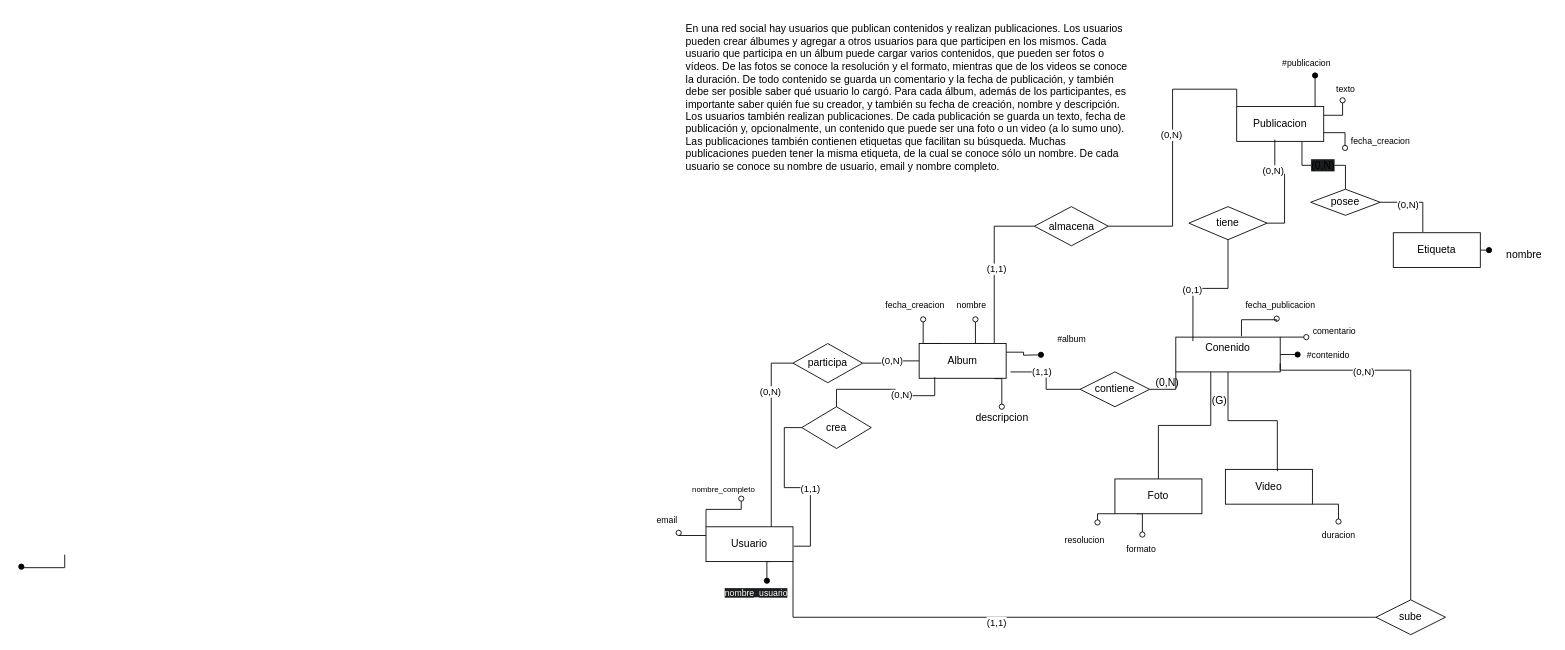
Above: Practicas-Resueltas/Practica-1/Ejercicio9Parte2.drawio in massimoparzanese/Bases-de-Datos-1-2025 (draw.io), before the change. Source tidied: cells renumbered, new cells numbered last; positions are measured from the earlier drawing's top-left corner, leaving out a move shared by most shapes. Both pictures are drawn from the tidied source at 87%, with x=0, y=0 at pixel (21, 15).
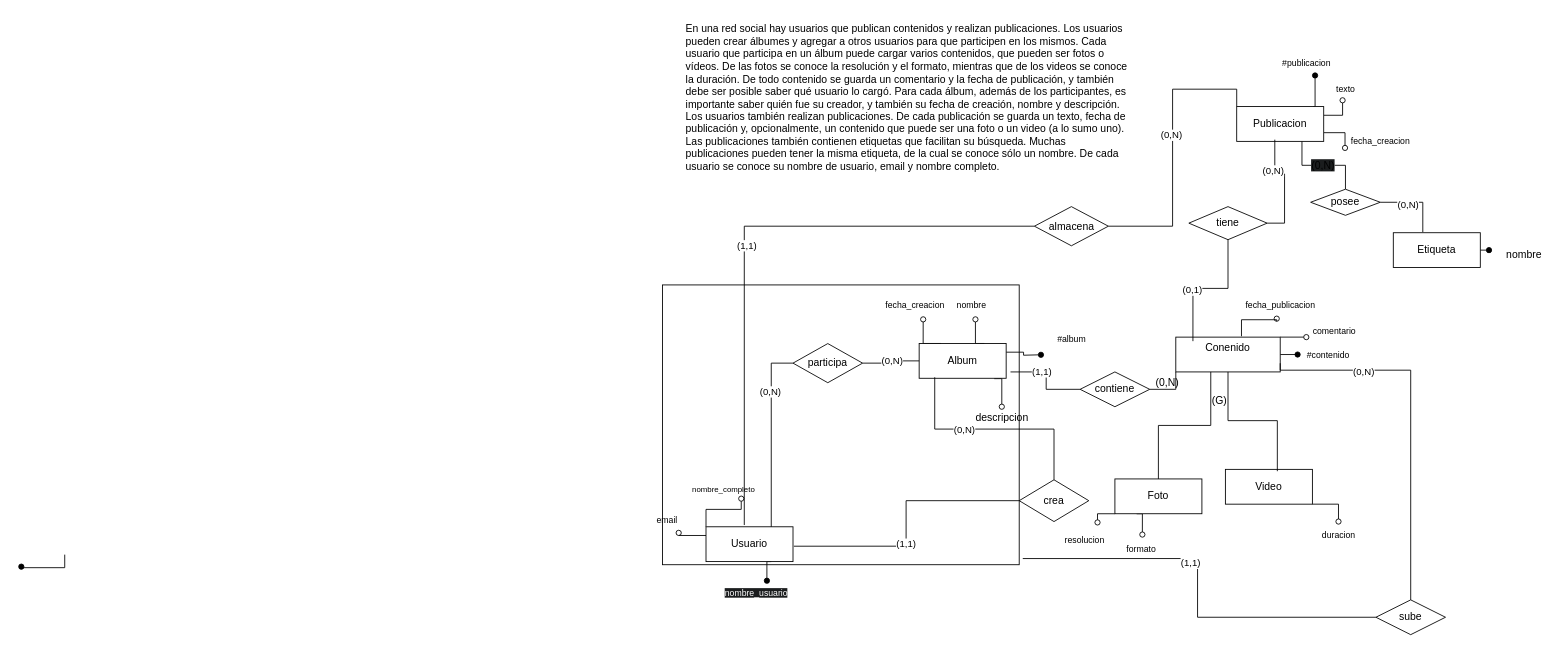
The same page after the edit.

Unchanged cells that the change refers to:
```xml
<mxCell id="16" value="Album" style="whiteSpace=wrap;html=1;align=center;" parent="1" vertex="1">
  <mxGeometry x="1032" y="377.3" width="100" height="40" as="geometry" />
</mxCell>
<mxCell id="28" value="Usuario" style="whiteSpace=wrap;html=1;align=center;" parent="1" vertex="1">
  <mxGeometry x="787" y="588" width="100" height="40" as="geometry" />
</mxCell>
<mxCell id="50" value="sube" style="shape=rhombus;perimeter=rhombusPerimeter;whiteSpace=wrap;html=1;align=center;" parent="1" vertex="1">
  <mxGeometry x="1557" y="672" width="80" height="40" as="geometry" />
</mxCell>
<mxCell id="60" value="almacena" style="shape=rhombus;perimeter=rhombusPerimeter;whiteSpace=wrap;html=1;align=center;" parent="1" vertex="1">
  <mxGeometry x="1164.5" y="220" width="85" height="45" as="geometry" />
</mxCell>
```

Diff of the diagram source:
```diff
@@
-    <mxCell id="25" style="edgeStyle=orthogonalEdgeStyle;rounded=0;jettySize=auto;html=1;exitX=1;exitY=1;exitDx=0;exitDy=0;endArrow=none;endFill=0;entryX=0;entryY=0.5;entryDx=0;entryDy=0;" parent="1" edge="1" source="28" target="50">
+    <mxCell id="25" style="edgeStyle=orthogonalEdgeStyle;rounded=0;jettySize=auto;html=1;endArrow=none;endFill=0;entryX=0;entryY=0.5;entryDx=0;entryDy=0;exitX=1.01;exitY=0.978;exitDx=0;exitDy=0;exitPerimeter=0;" parent="1" edge="1" source="83" target="50">
       <mxGeometry relative="1" as="geometry" />
     </mxCell>
@@
     <mxCell id="31" value="crea" style="shape=rhombus;perimeter=rhombusPerimeter;whiteSpace=wrap;html=1;align=center;" parent="1" vertex="1">
-      <mxGeometry x="897" y="450" width="80" height="48" as="geometry" />
+      <mxGeometry x="1147" y="534" width="80" height="48" as="geometry" />
     </mxCell>
@@
-    <mxCell id="61" style="edgeStyle=orthogonalEdgeStyle;rounded=0;jettySize=auto;html=1;exitX=0;exitY=0.5;exitDx=0;exitDy=0;entryX=0.863;entryY=-0.015;entryDx=0;entryDy=0;entryPerimeter=0;endArrow=none;endFill=0;" parent="1" edge="1" source="60" target="16">
+    <mxCell id="61" style="edgeStyle=orthogonalEdgeStyle;rounded=0;jettySize=auto;html=1;exitX=0;exitY=0.5;exitDx=0;exitDy=0;entryX=0.44;entryY=-0.05;entryDx=0;entryDy=0;entryPerimeter=0;endArrow=none;endFill=0;" parent="1" edge="1" source="60" target="28">
       <mxGeometry relative="1" as="geometry" />
     </mxCell>
@@
+    <mxCell id="83" style="rounded=0;whiteSpace=wrap;html=1;fillColor=none;" parent="1" vertex="1">
+      <mxGeometry x="737" y="310" width="410" height="321.6" as="geometry" />
+    </mxCell>
```
